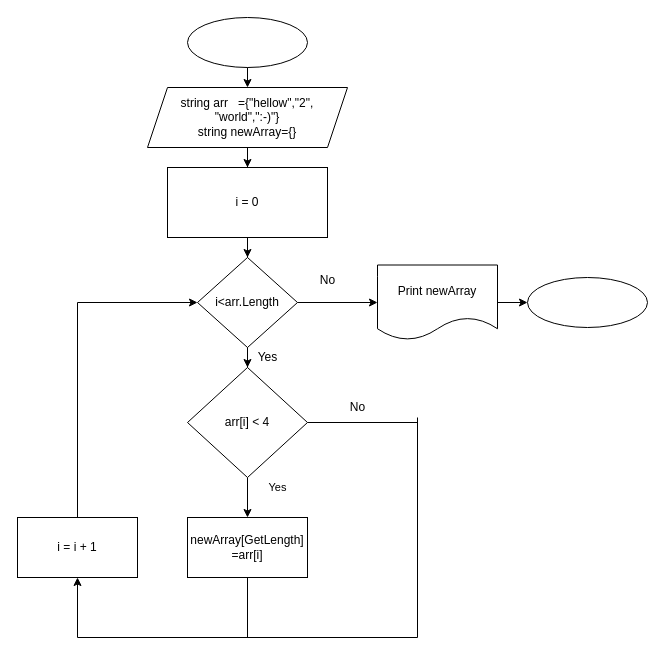
Above: Scheme.drawio in Mosquito638/Home_Project (draw.io), before the change. Source tidied: cells renumbered, new cells numbered last; positions are measured from the earlier drawing's top-left corner, leaving out a move shared by most shapes. Both pictures are drawn from the tidied source at 100%, with x=0, y=0 at pixel (17, 17).
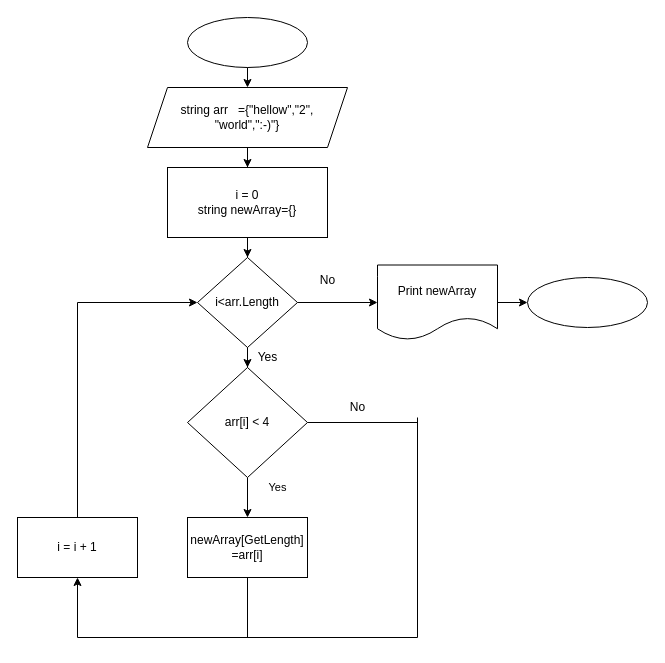
The same diagram, later.

Commit message:
исправил схему

Diff of the diagram source:
```diff
@@
-    <mxCell id="4" value="string arr&amp;nbsp; &amp;nbsp;={&quot;hellow&quot;,&quot;2&quot;, &quot;world&quot;,&quot;:-)&quot;}&lt;br&gt;string newArray={}" style="shape=parallelogram;perimeter=parallelogramPerimeter;whiteSpace=wrap;html=1;fixedSize=1;" parent="1" vertex="1">
+    <mxCell id="4" value="string arr&amp;nbsp; &amp;nbsp;={&quot;hellow&quot;,&quot;2&quot;, &quot;world&quot;,&quot;:-)&quot;}&lt;br&gt;" style="shape=parallelogram;perimeter=parallelogramPerimeter;whiteSpace=wrap;html=1;fixedSize=1;" parent="1" vertex="1">
       <mxGeometry x="130" y="70" width="200" height="60" as="geometry" />
     </mxCell>
@@
-    <mxCell id="6" value="i = 0" style="whiteSpace=wrap;html=1;" parent="1" vertex="1">
+    <mxCell id="6" value="i = 0&lt;br&gt;string newArray={}" style="whiteSpace=wrap;html=1;" parent="1" vertex="1">
       <mxGeometry x="150" y="150" width="160" height="70" as="geometry" />
     </mxCell>
```
